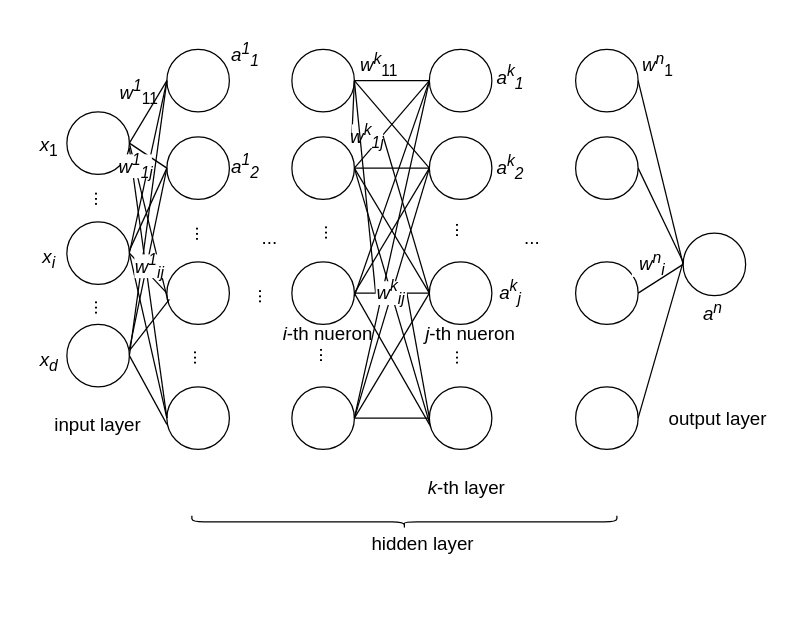
Before: mlp.drawio in FanGuozheng/dftbpy, a draw.io diagram. Source tidied: cells renumbered, new cells numbered last; positions are measured from the earlier drawing's top-left corner, leaving out a move shared by most shapes. Both pictures are drawn from the tidied source at 125%, with x=0, y=0 at pixel (21, 21).
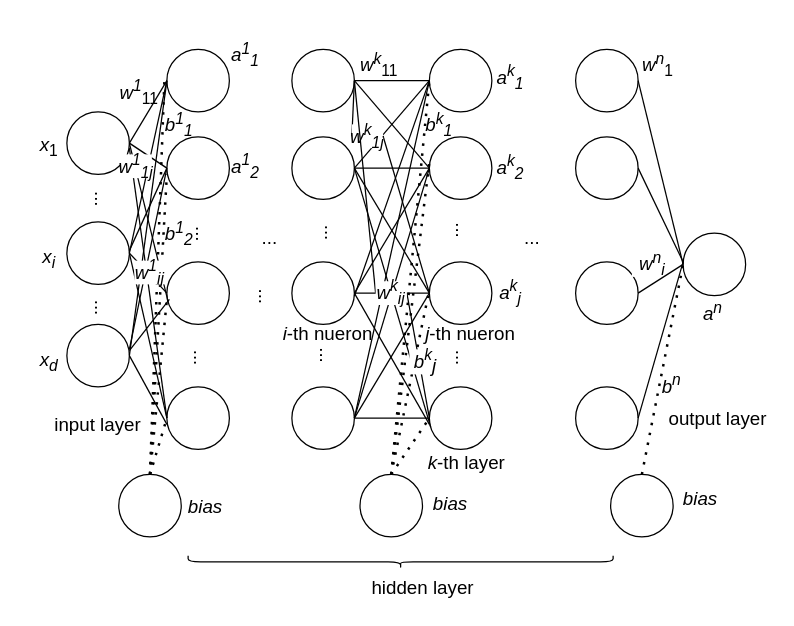
The same diagram, later.

Unchanged cells that the change refers to:
```xml
<mxCell id="8" style="ellipse;whiteSpace=wrap;html=1;" parent="1" vertex="1">
  <mxGeometry x="116" y="292" width="50" height="50" as="geometry" />
</mxCell>
<mxCell id="17" style="ellipse;whiteSpace=wrap;html=1;" parent="1" vertex="1">
  <mxGeometry x="529" y="169" width="50" height="50" as="geometry" />
</mxCell>
<mxCell id="39" style="ellipse;whiteSpace=wrap;html=1;" parent="1" vertex="1">
  <mxGeometry x="326" y="292" width="50" height="50" as="geometry" />
</mxCell>
<mxCell id="42" style="ellipse;whiteSpace=wrap;html=1;" parent="1" vertex="1">
  <mxGeometry x="326" y="22" width="50" height="50" as="geometry" />
</mxCell>
<mxCell id="72" value="&lt;font style=&quot;font-size: 15px;&quot;&gt;&lt;i&gt;w&lt;sup&gt;1&lt;/sup&gt;&lt;/i&gt;&lt;sub&gt;11&lt;/sub&gt;&lt;/font&gt;" style="rounded=0;whiteSpace=wrap;html=1;fillColor=none;strokeColor=none;" parent="1" vertex="1">
  <mxGeometry x="72" y="22" width="44" height="70" as="geometry" />
</mxCell>
<mxCell id="82" value="&lt;font style=&quot;font-size: 15px;&quot;&gt;&lt;i&gt;j&lt;/i&gt;-th nueron&lt;/font&gt;" style="rounded=0;whiteSpace=wrap;html=1;fillColor=none;strokeColor=none;" parent="1" vertex="1">
  <mxGeometry x="319" y="219" width="80" height="60" as="geometry" />
</mxCell>
```

What changed in the source:
```diff
@@
     <mxCell id="65" style="shape=curlyBracket;whiteSpace=wrap;html=1;rounded=1;labelPosition=left;verticalLabelPosition=middle;align=right;verticalAlign=middle;rotation=-90;" parent="1" vertex="1">
-      <mxGeometry x="301" y="230" width="10" height="340" as="geometry" />
+      <mxGeometry x="298" y="262" width="10" height="340" as="geometry" />
     </mxCell>
     <mxCell id="66" value="&lt;font style=&quot;font-size: 15px;&quot;&gt;hidden layer&lt;/font&gt;" style="rounded=0;whiteSpace=wrap;html=1;fillColor=none;strokeColor=none;" parent="1" vertex="1">
-      <mxGeometry x="216" y="402" width="210" height="30" as="geometry" />
+      <mxGeometry x="216" y="437" width="210" height="30" as="geometry" />
     </mxCell>
@@
     <mxCell id="68" value="&lt;font style=&quot;font-size: 15px;&quot;&gt;&lt;i&gt;k&lt;/i&gt;-th layer&lt;/font&gt;" style="rounded=0;whiteSpace=wrap;html=1;fillColor=none;strokeColor=none;" parent="1" vertex="1">
-      <mxGeometry x="316" y="342" width="80" height="60" as="geometry" />
+      <mxGeometry x="316" y="322" width="80" height="60" as="geometry" />
     </mxCell>
@@
-    <mxCell id="73" value="&lt;font style=&quot;font-size: 15px;&quot;&gt;&lt;i&gt;w&lt;sup&gt;1&lt;/sup&gt;&lt;sub&gt;ij&lt;/sub&gt;&lt;/i&gt;&lt;/font&gt;" style="rounded=0;whiteSpace=wrap;html=1;fillColor=default;strokeColor=none;" parent="1" vertex="1">
-      <mxGeometry x="90" y="186" width="25" height="19" as="geometry" />
-    </mxCell>
@@
+    <mxCell id="91" style="ellipse;whiteSpace=wrap;html=1;" parent="1" vertex="1">
+      <mxGeometry x="77.5" y="362" width="50" height="50" as="geometry" />
+    </mxCell>
+    <mxCell id="92" style="endArrow=none;dashed=1;html=1;dashPattern=1 3;strokeWidth=2;rounded=0;exitX=0.5;exitY=0;exitDx=0;exitDy=0;entryX=0.955;entryY=0.357;entryDx=0;entryDy=0;entryPerimeter=0;" parent="1" edge="1" source="91" target="72">
+      <mxGeometry relative="1" as="geometry" />
+    </mxCell>
+    <mxCell id="93" style="endArrow=none;dashed=1;html=1;dashPattern=1 3;strokeWidth=2;rounded=0;exitX=0.5;exitY=0;exitDx=0;exitDy=0;" parent="1" edge="1" source="91">
+      <mxGeometry relative="1" as="geometry">
+        <mxPoint x="116" y="122" as="targetPoint" />
+      </mxGeometry>
+    </mxCell>
+    <mxCell id="94" style="endArrow=none;dashed=1;html=1;dashPattern=1 3;strokeWidth=2;rounded=0;exitX=0.5;exitY=0;exitDx=0;exitDy=0;" parent="1" edge="1" source="91">
+      <mxGeometry relative="1" as="geometry">
+        <mxPoint x="116" y="222" as="targetPoint" />
+      </mxGeometry>
+    </mxCell>
+    <mxCell id="73" value="&lt;font style=&quot;font-size: 15px;&quot;&gt;&lt;i&gt;w&lt;sup&gt;1&lt;/sup&gt;&lt;sub&gt;ij&lt;/sub&gt;&lt;/i&gt;&lt;/font&gt;" style="rounded=0;whiteSpace=wrap;html=1;fillColor=default;strokeColor=none;" parent="1" vertex="1">
+      <mxGeometry x="90" y="191" width="25" height="19" as="geometry" />
+    </mxCell>
+    <mxCell id="95" style="endArrow=none;dashed=1;html=1;dashPattern=1 3;strokeWidth=2;rounded=0;exitX=0.5;exitY=0;exitDx=0;exitDy=0;entryX=0;entryY=0.5;entryDx=0;entryDy=0;" parent="1" edge="1" source="91" target="8">
+      <mxGeometry relative="1" as="geometry" />
+    </mxCell>
+    <mxCell id="96" style="endArrow=none;dashed=1;html=1;dashPattern=1 3;strokeWidth=2;rounded=0;exitX=0.5;exitY=0;exitDx=0;exitDy=0;entryX=0;entryY=0.5;entryDx=0;entryDy=0;" parent="1" edge="1" source="97" target="42">
+      <mxGeometry relative="1" as="geometry" />
+    </mxCell>
+    <mxCell id="97" style="ellipse;whiteSpace=wrap;html=1;" parent="1" vertex="1">
+      <mxGeometry x="270.5" y="362" width="50" height="50" as="geometry" />
+    </mxCell>
+    <mxCell id="98" style="ellipse;whiteSpace=wrap;html=1;" parent="1" vertex="1">
+      <mxGeometry x="471" y="362" width="50" height="50" as="geometry" />
+    </mxCell>
+    <mxCell id="99" style="endArrow=none;dashed=1;html=1;dashPattern=1 3;strokeWidth=2;rounded=0;exitX=0.5;exitY=0;exitDx=0;exitDy=0;" parent="1" edge="1" source="97">
+      <mxGeometry relative="1" as="geometry">
+        <mxPoint x="326" y="112" as="targetPoint" />
+      </mxGeometry>
+    </mxCell>
+    <mxCell id="100" style="endArrow=none;dashed=1;html=1;dashPattern=1 3;strokeWidth=2;rounded=0;exitX=0.5;exitY=0;exitDx=0;exitDy=0;entryX=0.088;entryY=-0.083;entryDx=0;entryDy=0;entryPerimeter=0;" parent="1" edge="1" source="97" target="82">
+      <mxGeometry relative="1" as="geometry" />
+    </mxCell>
+    <mxCell id="101" style="endArrow=none;dashed=1;html=1;dashPattern=1 3;strokeWidth=2;rounded=0;exitX=0.5;exitY=0;exitDx=0;exitDy=0;entryX=0;entryY=0.5;entryDx=0;entryDy=0;" parent="1" edge="1" source="97" target="39">
+      <mxGeometry relative="1" as="geometry" />
+    </mxCell>
+    <mxCell id="102" style="endArrow=none;dashed=1;html=1;dashPattern=1 3;strokeWidth=2;rounded=0;exitX=0.5;exitY=0;exitDx=0;exitDy=0;entryX=0;entryY=0.5;entryDx=0;entryDy=0;" parent="1" edge="1" source="98" target="17">
+      <mxGeometry relative="1" as="geometry" />
+    </mxCell>
+    <mxCell id="103" value="&lt;span style=&quot;font-size: 15px;&quot;&gt;&lt;i&gt;bias&lt;/i&gt;&lt;/span&gt;" style="rounded=0;whiteSpace=wrap;html=1;fillColor=none;strokeColor=none;" parent="1" vertex="1">
+      <mxGeometry x="125" y="357" width="44" height="60" as="geometry" />
+    </mxCell>
+    <mxCell id="104" value="&lt;span style=&quot;font-size: 15px;&quot;&gt;&lt;i&gt;bias&lt;/i&gt;&lt;/span&gt;" style="rounded=0;whiteSpace=wrap;html=1;fillColor=none;strokeColor=none;" parent="1" vertex="1">
+      <mxGeometry x="320.5" y="357" width="44" height="55" as="geometry" />
+    </mxCell>
+    <mxCell id="105" value="&lt;span style=&quot;font-size: 15px;&quot;&gt;&lt;i&gt;bias&lt;/i&gt;&lt;/span&gt;" style="rounded=0;whiteSpace=wrap;html=1;fillColor=none;strokeColor=none;" parent="1" vertex="1">
+      <mxGeometry x="521" y="351" width="44" height="60" as="geometry" />
+    </mxCell>
+    <mxCell id="106" value="&lt;span style=&quot;font-size: 15px;&quot;&gt;&lt;i&gt;b&lt;sup&gt;k&lt;/sup&gt;&lt;sub&gt;1&lt;/sub&gt;&lt;/i&gt;&lt;/span&gt;" style="rounded=0;whiteSpace=wrap;html=1;fillColor=none;strokeColor=none;" parent="1" vertex="1">
+      <mxGeometry x="312" y="58" width="44" height="50" as="geometry" />
+    </mxCell>
+    <mxCell id="107" value="&lt;i style=&quot;&quot;&gt;&lt;span style=&quot;font-size: 15px;&quot;&gt;b&lt;sup&gt;k&lt;/sup&gt;&lt;/span&gt;&lt;sub style=&quot;font-size: 15px;&quot;&gt;j&lt;/sub&gt;&lt;/i&gt;" style="rounded=0;whiteSpace=wrap;html=1;fillColor=default;strokeColor=none;" parent="1" vertex="1">
+      <mxGeometry x="310" y="262" width="26" height="20" as="geometry" />
+    </mxCell>
+    <mxCell id="108" value="&lt;span style=&quot;font-size: 15px;&quot;&gt;&lt;i&gt;b&lt;sup&gt;1&lt;/sup&gt;&lt;sub&gt;1&lt;/sub&gt;&lt;/i&gt;&lt;/span&gt;" style="rounded=0;whiteSpace=wrap;html=1;fillColor=none;strokeColor=none;" parent="1" vertex="1">
+      <mxGeometry x="104" y="58" width="44" height="50" as="geometry" />
+    </mxCell>
+    <mxCell id="109" value="&lt;span style=&quot;font-size: 15px;&quot;&gt;&lt;i&gt;b&lt;sup&gt;1&lt;/sup&gt;&lt;sub&gt;2&lt;/sub&gt;&lt;/i&gt;&lt;/span&gt;" style="rounded=0;whiteSpace=wrap;html=1;fillColor=none;strokeColor=none;" parent="1" vertex="1">
+      <mxGeometry x="104" y="145" width="44" height="50" as="geometry" />
+    </mxCell>
+    <mxCell id="110" value="&lt;span style=&quot;font-size: 15px;&quot;&gt;&lt;i&gt;b&lt;sup&gt;n&lt;/sup&gt;&lt;/i&gt;&lt;/span&gt;" style="rounded=0;whiteSpace=wrap;html=1;fillColor=none;strokeColor=none;" parent="1" vertex="1">
+      <mxGeometry x="498" y="275" width="44" height="30" as="geometry" />
+    </mxCell>
```
